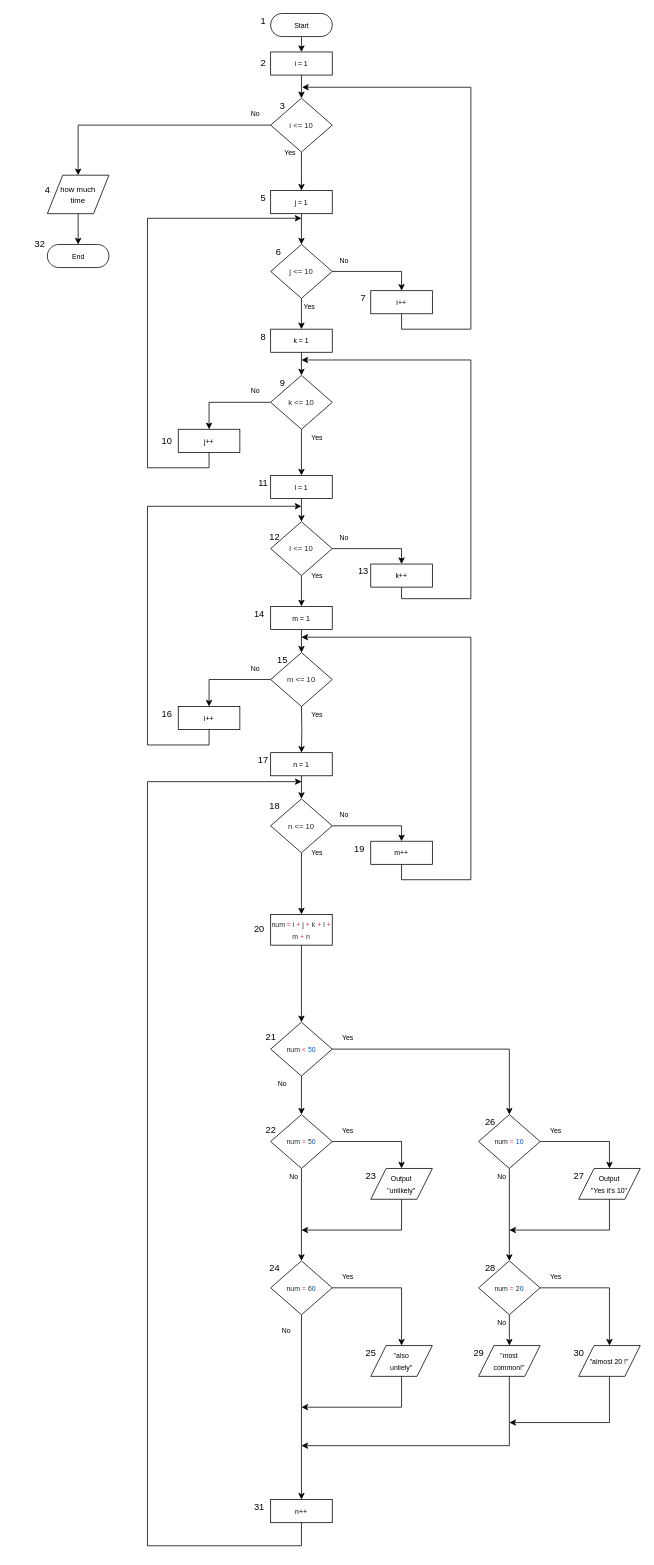
Above: res/Scheme.drawio in madopew/jilb-metrics (draw.io), before the change. Source tidied: cells renumbered, new cells numbered last; positions are measured from the earlier drawing's top-left corner, leaving out a move shared by most shapes. Both pictures are drawn from the tidied source at 77%, with x=0, y=0 at pixel (28, 13).
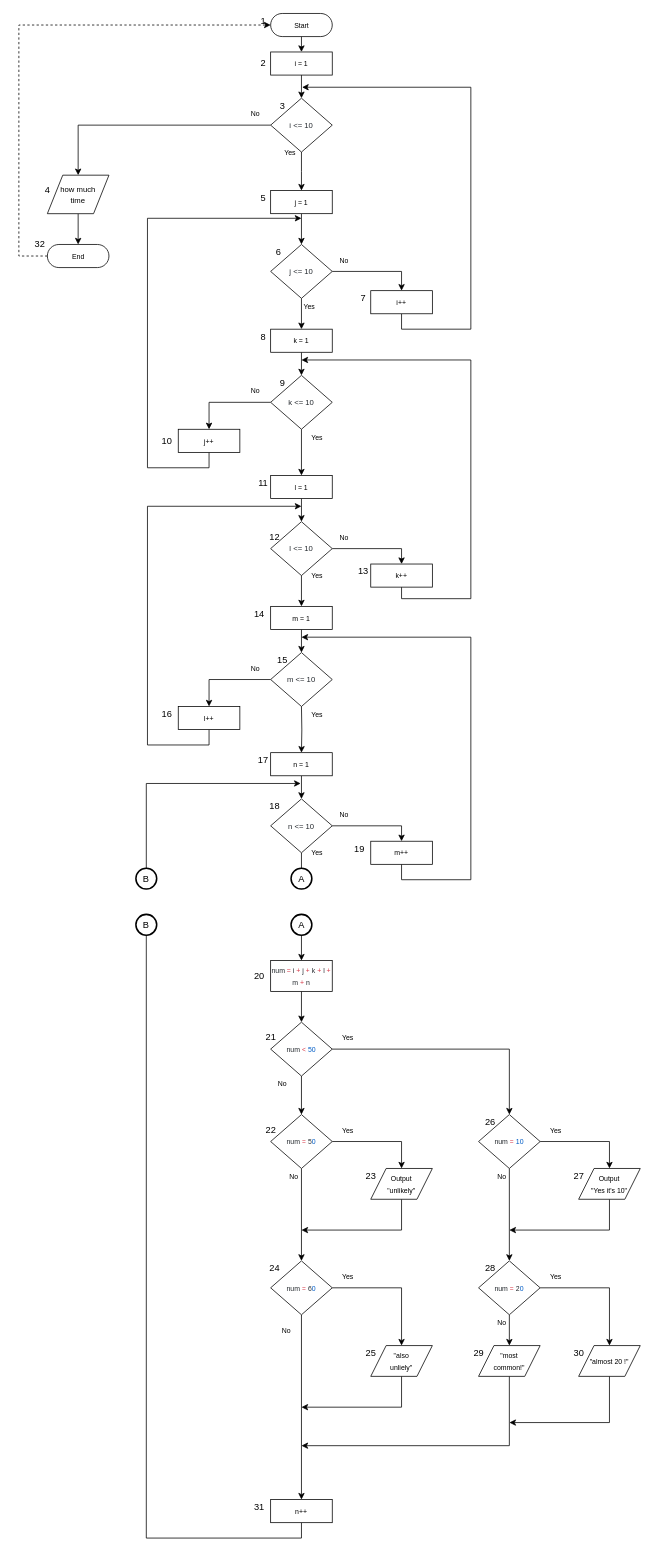
Above is the later version.

Unchanged cells that the change refers to:
```xml
<mxCell id="3" value="&lt;font style=&quot;font-size: 9px&quot;&gt;Start&lt;/font&gt;" style="html=1;dashed=0;whitespace=wrap;shape=mxgraph.dfd.start;" parent="1" vertex="1">
  <mxGeometry x="315" width="80" height="30" as="geometry" />
</mxCell>
<mxCell id="9" value="&lt;font style=&quot;font-size: 9px&quot;&gt;End&lt;/font&gt;" style="html=1;dashed=0;whitespace=wrap;shape=mxgraph.dfd.start;" parent="1" vertex="1">
  <mxGeometry x="25" y="300" width="80" height="30" as="geometry" />
</mxCell>
<mxCell id="51" value="&lt;font color=&quot;#24292e&quot; size=&quot;1&quot;&gt;&lt;span style=&quot;background-color: rgb(255 , 255 , 255)&quot;&gt;n &amp;lt;= 10&lt;/span&gt;&lt;/font&gt;" style="rhombus;whiteSpace=wrap;html=1;" parent="1" vertex="1">
  <mxGeometry x="315" y="1020" width="80" height="70" as="geometry" />
</mxCell>
<mxCell id="94" value="&lt;font style=&quot;font-size: 9px&quot;&gt;n++&lt;/font&gt;" style="rounded=0;whiteSpace=wrap;html=1;" parent="1" vertex="1">
  <mxGeometry x="315" y="1930" width="80" height="30" as="geometry" />
</mxCell>
```

Change to the diagram source:
```diff
@@
+    <mxCell id="130" style="edgeStyle=orthogonalEdgeStyle;rounded=0;jettySize=auto;html=1;exitX=0;exitY=0.5;exitDx=0;exitDy=0;exitPerimeter=0;entryX=0;entryY=0.5;entryDx=0;entryDy=0;entryPerimeter=0;dashed=1;" parent="1" edge="1" source="9" target="3">
+      <mxGeometry relative="1" as="geometry">
+        <Array as="points">
+          <mxPoint x="-12" y="315" />
+          <mxPoint x="-12" y="15" />
+        </Array>
+      </mxGeometry>
+    </mxCell>
@@
+    <mxCell id="131" style="edgeStyle=orthogonalEdgeStyle;rounded=0;jettySize=auto;html=1;exitX=0.5;exitY=1;exitDx=0;exitDy=0;entryX=0.5;entryY=0;entryDx=0;entryDy=0;entryPerimeter=0;endArrow=none;endFill=0;" parent="1" edge="1" source="51" target="133">
+      <mxGeometry relative="1" as="geometry" />
+    </mxCell>
@@
-    <mxCell id="55" style="edgeStyle=orthogonalEdgeStyle;rounded=0;jettySize=auto;html=1;entryX=0.5;entryY=0;entryDx=0;entryDy=0;exitX=0.5;exitY=1;exitDx=0;exitDy=0;" parent="1" edge="1" source="51" target="58">
-      <mxGeometry relative="1" as="geometry" />
-    </mxCell>
@@
     <mxCell id="58" value="&lt;font style=&quot;font-size: 9px&quot;&gt;&lt;span style=&quot;color: rgb(36 , 41 , 46) ; font-family: , &amp;#34;consolas&amp;#34; , &amp;#34;liberation mono&amp;#34; , &amp;#34;menlo&amp;#34; , monospace ; background-color: rgb(255 , 255 , 255)&quot;&gt;num &lt;/span&gt;&lt;span class=&quot;pl-k&quot; style=&quot;box-sizing: border-box ; color: rgb(215 , 58 , 73) ; font-family: , &amp;#34;consolas&amp;#34; , &amp;#34;liberation mono&amp;#34; , &amp;#34;menlo&amp;#34; , monospace ; background-color: rgb(255 , 255 , 255)&quot;&gt;=&lt;/span&gt;&lt;span style=&quot;color: rgb(36 , 41 , 46) ; font-family: , &amp;#34;consolas&amp;#34; , &amp;#34;liberation mono&amp;#34; , &amp;#34;menlo&amp;#34; , monospace ; background-color: rgb(255 , 255 , 255)&quot;&gt; i &lt;/span&gt;&lt;span class=&quot;pl-k&quot; style=&quot;box-sizing: border-box ; color: rgb(215 , 58 , 73) ; font-family: , &amp;#34;consolas&amp;#34; , &amp;#34;liberation mono&amp;#34; , &amp;#34;menlo&amp;#34; , monospace ; background-color: rgb(255 , 255 , 255)&quot;&gt;+&lt;/span&gt;&lt;span style=&quot;color: rgb(36 , 41 , 46) ; font-family: , &amp;#34;consolas&amp;#34; , &amp;#34;liberation mono&amp;#34; , &amp;#34;menlo&amp;#34; , monospace ; background-color: rgb(255 , 255 , 255)&quot;&gt; j &lt;/span&gt;&lt;span class=&quot;pl-k&quot; style=&quot;box-sizing: border-box ; color: rgb(215 , 58 , 73) ; font-family: , &amp;#34;consolas&amp;#34; , &amp;#34;liberation mono&amp;#34; , &amp;#34;menlo&amp;#34; , monospace ; background-color: rgb(255 , 255 , 255)&quot;&gt;+&lt;/span&gt;&lt;span style=&quot;color: rgb(36 , 41 , 46) ; font-family: , &amp;#34;consolas&amp;#34; , &amp;#34;liberation mono&amp;#34; , &amp;#34;menlo&amp;#34; , monospace ; background-color: rgb(255 , 255 , 255)&quot;&gt; k &lt;/span&gt;&lt;span class=&quot;pl-k&quot; style=&quot;box-sizing: border-box ; color: rgb(215 , 58 , 73) ; font-family: , &amp;#34;consolas&amp;#34; , &amp;#34;liberation mono&amp;#34; , &amp;#34;menlo&amp;#34; , monospace ; background-color: rgb(255 , 255 , 255)&quot;&gt;+&lt;/span&gt;&lt;span style=&quot;color: rgb(36 , 41 , 46) ; font-family: , &amp;#34;consolas&amp;#34; , &amp;#34;liberation mono&amp;#34; , &amp;#34;menlo&amp;#34; , monospace ; background-color: rgb(255 , 255 , 255)&quot;&gt; l &lt;/span&gt;&lt;span class=&quot;pl-k&quot; style=&quot;box-sizing: border-box ; color: rgb(215 , 58 , 73) ; font-family: , &amp;#34;consolas&amp;#34; , &amp;#34;liberation mono&amp;#34; , &amp;#34;menlo&amp;#34; , monospace ; background-color: rgb(255 , 255 , 255)&quot;&gt;+&lt;/span&gt;&lt;span style=&quot;color: rgb(36 , 41 , 46) ; font-family: , &amp;#34;consolas&amp;#34; , &amp;#34;liberation mono&amp;#34; , &amp;#34;menlo&amp;#34; , monospace ; background-color: rgb(255 , 255 , 255)&quot;&gt; m &lt;/span&gt;&lt;span class=&quot;pl-k&quot; style=&quot;box-sizing: border-box ; color: rgb(215 , 58 , 73) ; font-family: , &amp;#34;consolas&amp;#34; , &amp;#34;liberation mono&amp;#34; , &amp;#34;menlo&amp;#34; , monospace ; background-color: rgb(255 , 255 , 255)&quot;&gt;+&lt;/span&gt;&lt;span style=&quot;color: rgb(36 , 41 , 46) ; font-family: , &amp;#34;consolas&amp;#34; , &amp;#34;liberation mono&amp;#34; , &amp;#34;menlo&amp;#34; , monospace ; background-color: rgb(255 , 255 , 255)&quot;&gt; n&lt;/span&gt;&lt;/font&gt;" style="rounded=0;whiteSpace=wrap;html=1;" parent="1" vertex="1">
-      <mxGeometry x="315" y="1170" width="80" height="40" as="geometry" />
+      <mxGeometry x="315" y="1230" width="80" height="40" as="geometry" />
     </mxCell>
@@
-    <mxCell id="93" style="edgeStyle=orthogonalEdgeStyle;rounded=0;jettySize=auto;html=1;exitX=0.5;exitY=1;exitDx=0;exitDy=0;" parent="1" edge="1" source="94">
-      <mxGeometry relative="1" as="geometry">
-        <mxPoint x="355.2" y="997.6" as="targetPoint" />
-        <Array as="points">
-          <mxPoint x="355" y="1990" />
-          <mxPoint x="155" y="1990" />
-          <mxPoint x="155" y="998" />
-        </Array>
-      </mxGeometry>
-    </mxCell>
+    <mxCell id="132" style="edgeStyle=orthogonalEdgeStyle;rounded=0;jettySize=auto;html=1;exitX=0.5;exitY=1;exitDx=0;exitDy=0;entryX=0.5;entryY=1;entryDx=0;entryDy=0;entryPerimeter=0;endArrow=none;endFill=0;" parent="1" edge="1" source="94" target="138">
+      <mxGeometry relative="1" as="geometry" />
+    </mxCell>
@@
     <mxCell id="118" value="20" style="text;html=1;align=center;verticalAlign=middle;" parent="1" vertex="1">
-      <mxGeometry x="285" y="1180" width="30" height="20" as="geometry" />
+      <mxGeometry x="285" y="1240" width="30" height="20" as="geometry" />
     </mxCell>
@@
+    <mxCell id="133" value="A" style="strokeWidth=2;html=1;shape=mxgraph.flowchart.start_2;whiteSpace=wrap;" parent="1" vertex="1">
+      <mxGeometry x="341.5" y="1110" width="27" height="27" as="geometry" />
+    </mxCell>
+    <mxCell id="134" style="edgeStyle=orthogonalEdgeStyle;rounded=0;jettySize=auto;html=1;exitX=0.5;exitY=1;exitDx=0;exitDy=0;exitPerimeter=0;entryX=0.5;entryY=0;entryDx=0;entryDy=0;endArrow=classic;endFill=1;" parent="1" edge="1" source="135" target="58">
+      <mxGeometry relative="1" as="geometry" />
+    </mxCell>
+    <mxCell id="135" value="A" style="strokeWidth=2;html=1;shape=mxgraph.flowchart.start_2;whiteSpace=wrap;" parent="1" vertex="1">
+      <mxGeometry x="341.5" y="1170" width="27" height="27" as="geometry" />
+    </mxCell>
+    <mxCell id="136" style="edgeStyle=orthogonalEdgeStyle;rounded=0;jettySize=auto;html=1;exitX=0.5;exitY=0;exitDx=0;exitDy=0;exitPerimeter=0;endArrow=classic;endFill=1;" parent="1" edge="1" source="137">
+      <mxGeometry relative="1" as="geometry">
+        <mxPoint x="354" y="1000" as="targetPoint" />
+        <Array as="points">
+          <mxPoint x="154" y="1000" />
+        </Array>
+      </mxGeometry>
+    </mxCell>
+    <mxCell id="137" value="B" style="strokeWidth=2;html=1;shape=mxgraph.flowchart.start_2;whiteSpace=wrap;" parent="1" vertex="1">
+      <mxGeometry x="140" y="1110" width="27" height="27" as="geometry" />
+    </mxCell>
+    <mxCell id="138" value="B" style="strokeWidth=2;html=1;shape=mxgraph.flowchart.start_2;whiteSpace=wrap;" parent="1" vertex="1">
+      <mxGeometry x="140" y="1170" width="27" height="27" as="geometry" />
+    </mxCell>
```
